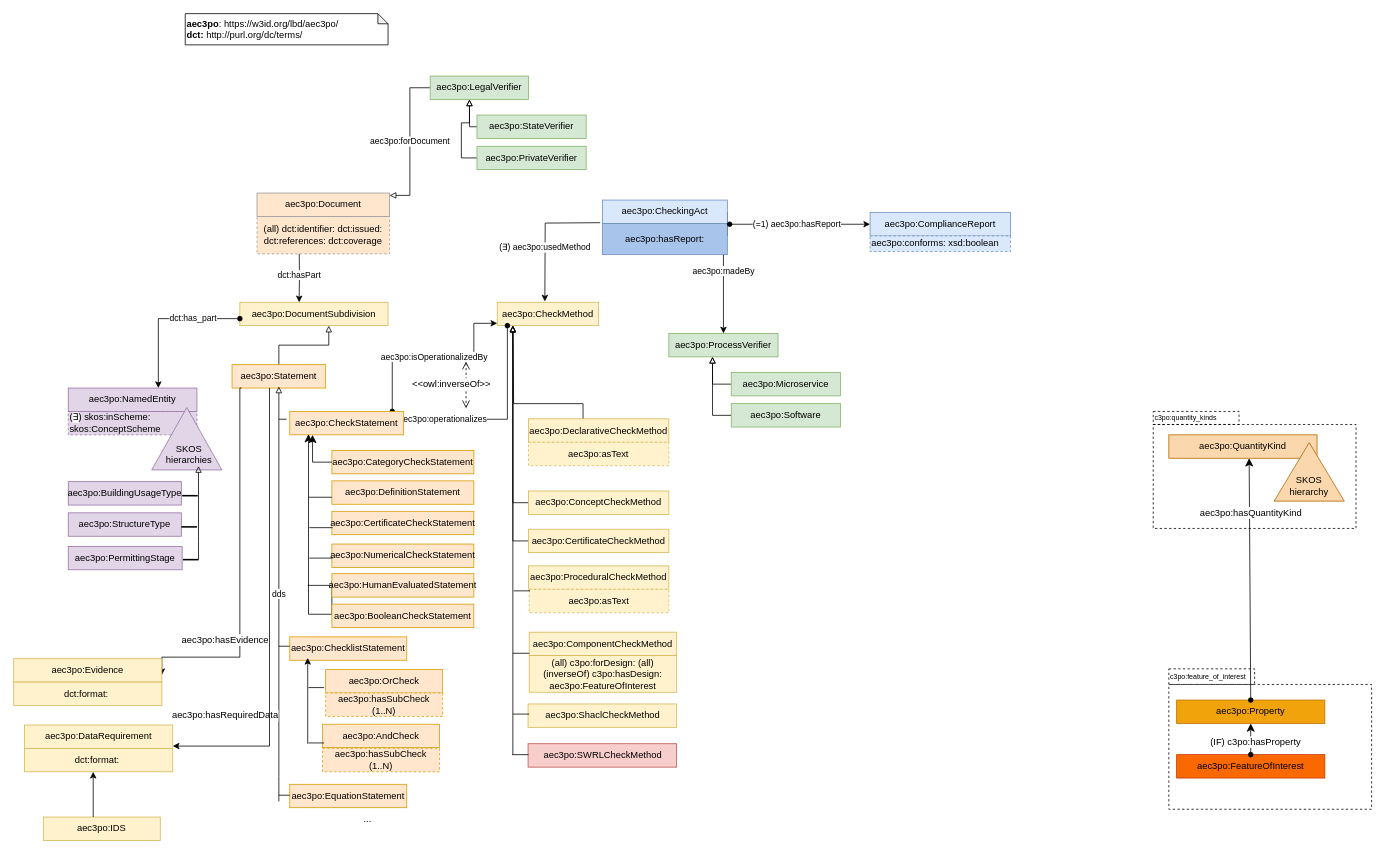
The draw.io diagram page "overview" (1 of 48) of src/aec3po.drawio in Accord-Project/aec3po, before the edit. Source tidied: cells renumbered, new cells numbered last; positions are measured from the earlier drawing's top-left corner, leaving out a move shared by most shapes. Both pictures are drawn from the tidied source at 78%, with x=0, y=0 at pixel (13, 13).
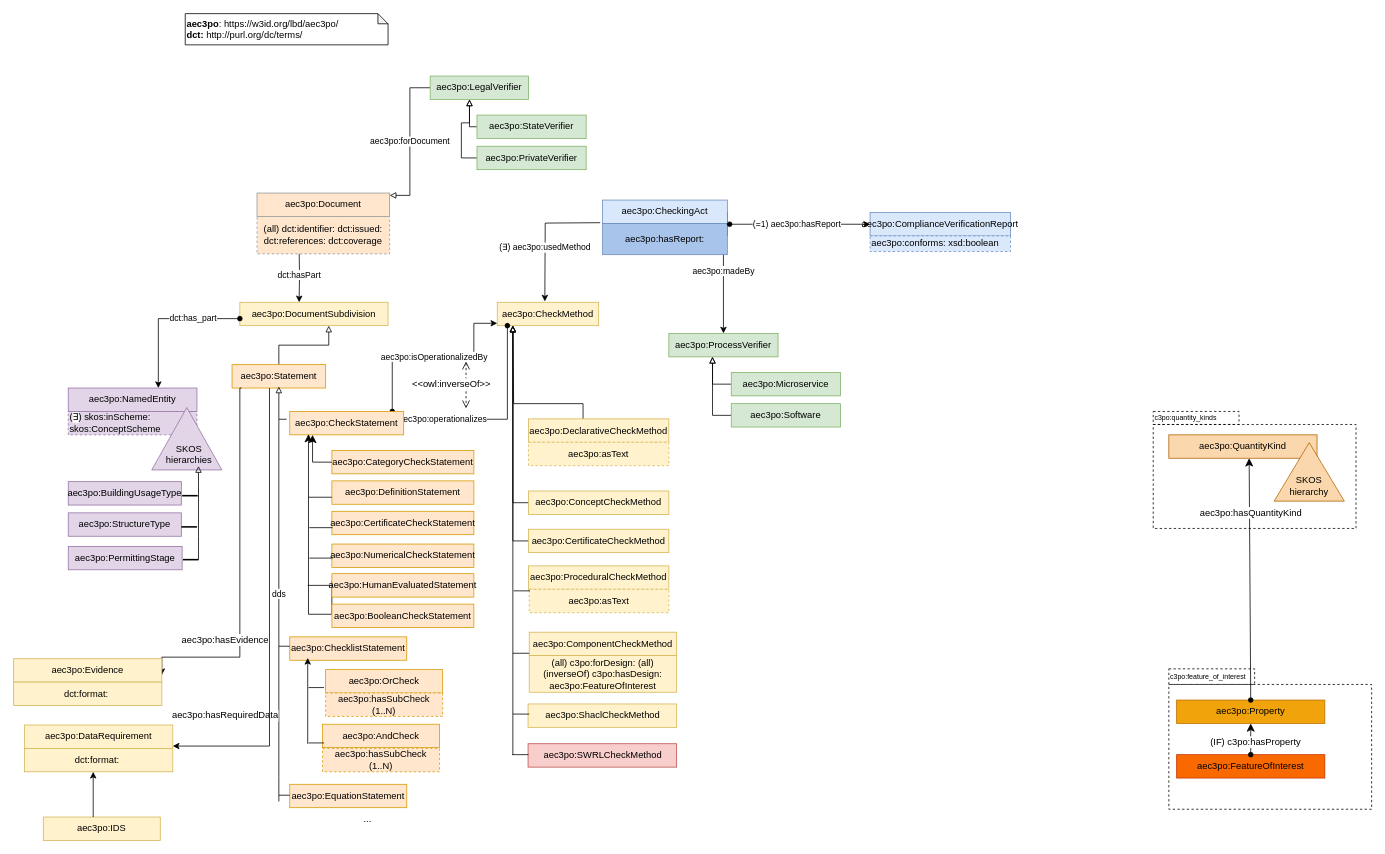
Above is the later version.

Commit message (it also covers changes not shown here):
compliancereport -> complianceverificationreport

Change to the diagram source:
```diff
@@
-    <mxCell id="109" value="aec3po:ComplianceReport" style="rounded=0;whiteSpace=wrap;html=1;fillColor=#dae8fc;strokeColor=#6c8ebf;" parent="1" vertex="1">
+    <mxCell id="109" value="aec3po:ComplianceVerificationReport" style="rounded=0;whiteSpace=wrap;html=1;fillColor=#dae8fc;strokeColor=#6c8ebf;" parent="1" vertex="1">
       <mxGeometry x="1098" y="255" width="180" height="30" as="geometry" />
     </mxCell>
```
